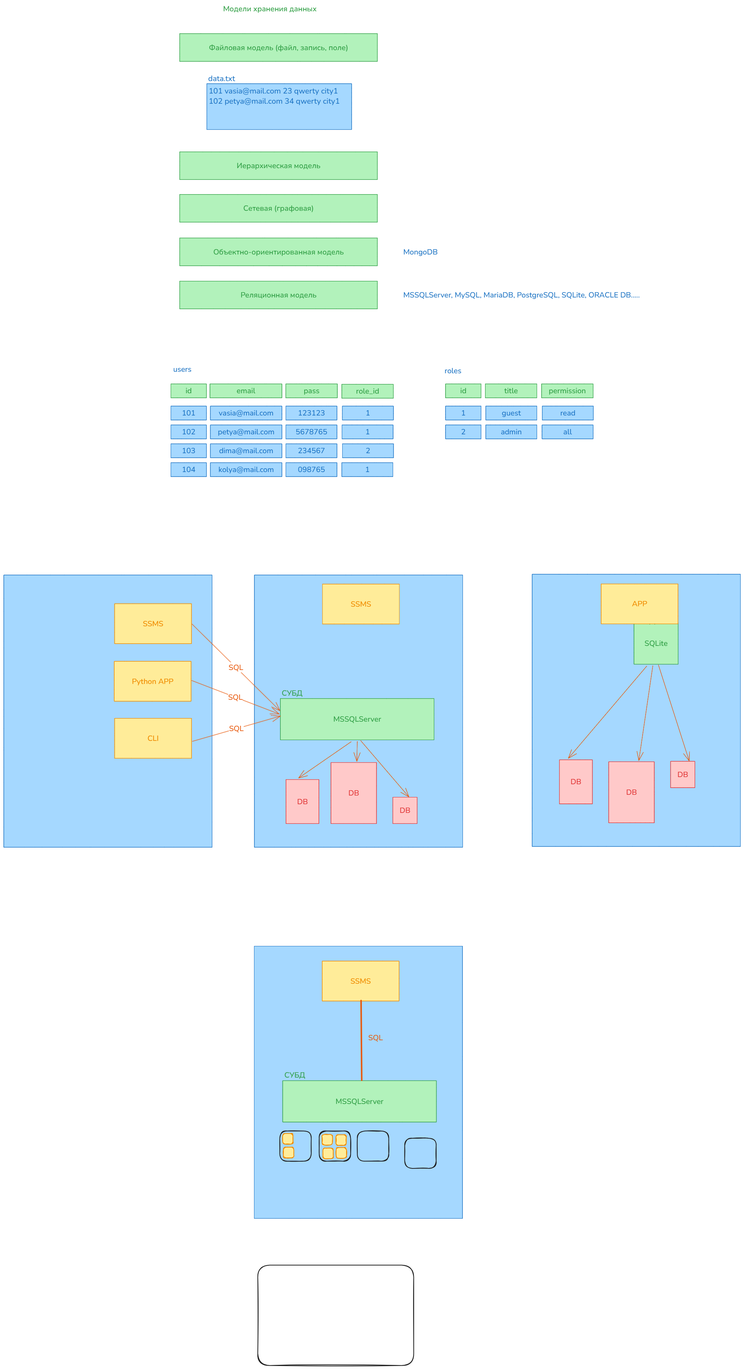
Above: img/01.intro.excalidraw.png in silvercodes/P41_db_sql_ef (Excalidraw), before the change. Source tidied: one line per element, renumbered; positions are measured from the earlier drawing's top-left corner, leaving out a move shared by most shapes.
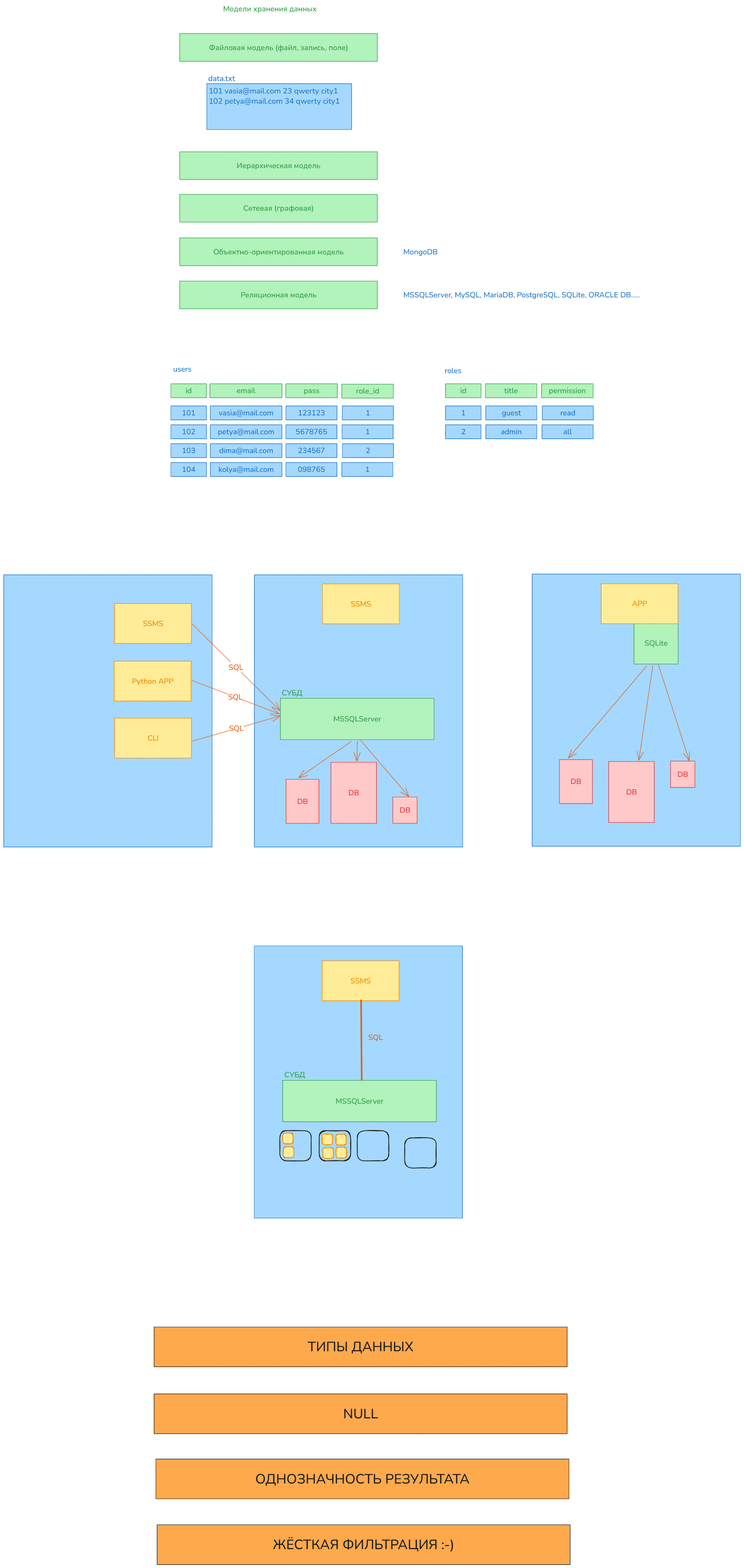
After the change.

Change to the diagram source:
```diff
@@ -135,3 +135,11 @@
 {"id": 134, "type": "rectangle", "strokeColor": "#f08c00", "backgroundColor": "#ffec99", "fillStyle": "solid", "strokeWidth": 2, "roughness": 1, "round": true, "x": 882, "y": 3034, "width": 28, "height": 28}
 {"id": 135, "type": "rectangle", "strokeColor": "#f08c00", "backgroundColor": "#ffec99", "fillStyle": "solid", "strokeWidth": 2, "roughness": 1, "round": true, "x": 881, "y": 3000, "width": 28, "height": 28}
 {"id": 136, "type": "text", "text": "SQL", "strokeColor": "#e8590c", "backgroundColor": "#ffec99", "fillStyle": "solid", "strokeWidth": 4, "roughness": 0, "fontSize": 20, "fontFamily": 6, "x": 967, "y": 2729, "width": 39, "height": 27}
+{"id": 137, "type": "rectangle", "strokeColor": "#1e1e1e", "backgroundColor": "#ffa94d", "fillStyle": "solid", "strokeWidth": 1, "roughness": 0, "x": 399, "y": 3511, "width": 1096, "height": 106}
+{"id": 138, "type": "text", "text": "ТИПЫ ДАННЫХ", "strokeColor": "#1e1e1e", "backgroundColor": "#ffa94d", "fillStyle": "solid", "strokeWidth": 1, "roughness": 0, "fontSize": 36, "fontFamily": 6, "textAlign": "center", "verticalAlign": "middle", "inside": 137, "x": 806, "y": 3539, "width": 281, "height": 49}
+{"id": 139, "type": "rectangle", "strokeColor": "#1e1e1e", "backgroundColor": "#ffa94d", "fillStyle": "solid", "strokeWidth": 1, "roughness": 0, "x": 399, "y": 3688, "width": 1096, "height": 106}
+{"id": 140, "type": "text", "text": "NULL", "strokeColor": "#1e1e1e", "backgroundColor": "#ffa94d", "fillStyle": "solid", "strokeWidth": 1, "roughness": 0, "fontSize": 36, "fontFamily": 6, "textAlign": "center", "verticalAlign": "middle", "inside": 139, "x": 901, "y": 3717, "width": 92, "height": 49}
+{"id": 141, "type": "rectangle", "strokeColor": "#1e1e1e", "backgroundColor": "#ffa94d", "fillStyle": "solid", "strokeWidth": 1, "roughness": 0, "x": 404, "y": 3861, "width": 1096, "height": 106}
+{"id": 142, "type": "text", "text": "ОДНОЗНАЧНОСТЬ РЕЗУЛЬТАТА", "strokeColor": "#1e1e1e", "backgroundColor": "#ffa94d", "fillStyle": "solid", "strokeWidth": 1, "roughness": 0, "fontSize": 36, "fontFamily": 6, "textAlign": "center", "verticalAlign": "middle", "inside": 141, "x": 667, "y": 3889, "width": 569, "height": 49}
+{"id": 143, "type": "rectangle", "strokeColor": "#1e1e1e", "backgroundColor": "#ffa94d", "fillStyle": "solid", "strokeWidth": 1, "roughness": 0, "x": 407, "y": 4035, "width": 1096, "height": 106}
+{"id": 144, "type": "text", "text": "ЖЁСТКАЯ ФИЛЬТРАЦИЯ :-)", "strokeColor": "#1e1e1e", "backgroundColor": "#ffa94d", "fillStyle": "solid", "strokeWidth": 1, "roughness": 0, "fontSize": 36, "fontFamily": 6, "textAlign": "center", "verticalAlign": "middle", "inside": 143, "x": 714, "y": 4064, "width": 482, "height": 49}
```
